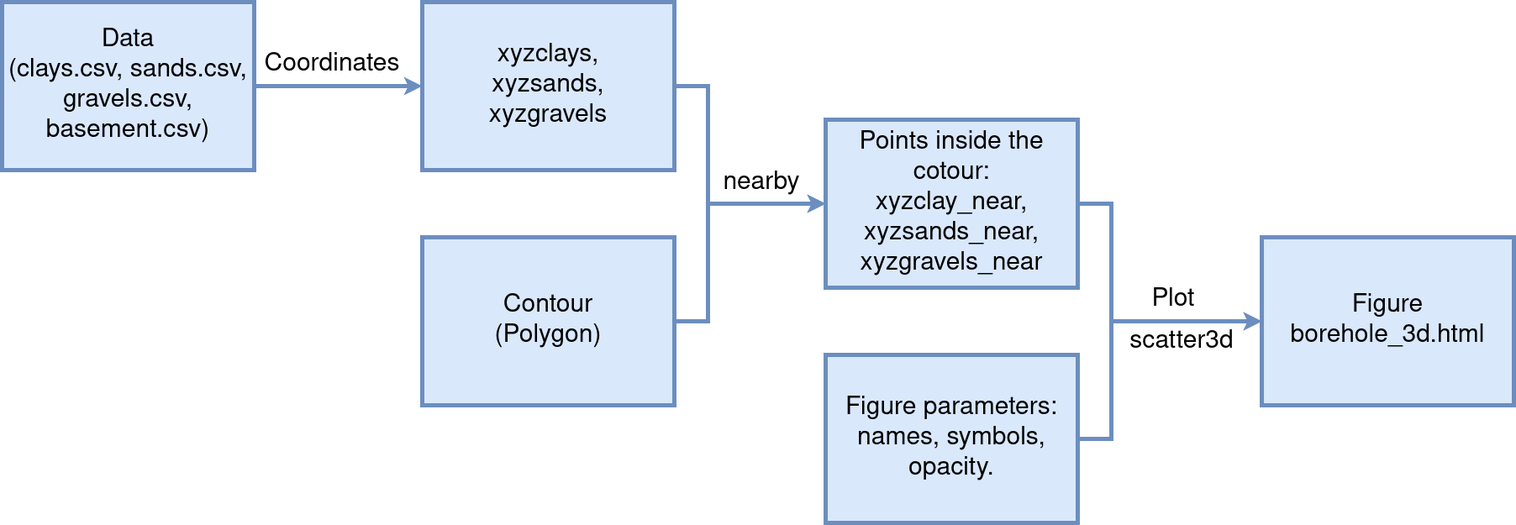
Before: diagrams/diagram_boreholes.drawio.png, a diagram exported from draw.io (dcabezas98/stratigraphic-3D-modelling). Source tidied: cells renumbered, new cells last; positions are measured from the earlier drawing's top-left corner, leaving out a move shared by most shapes.
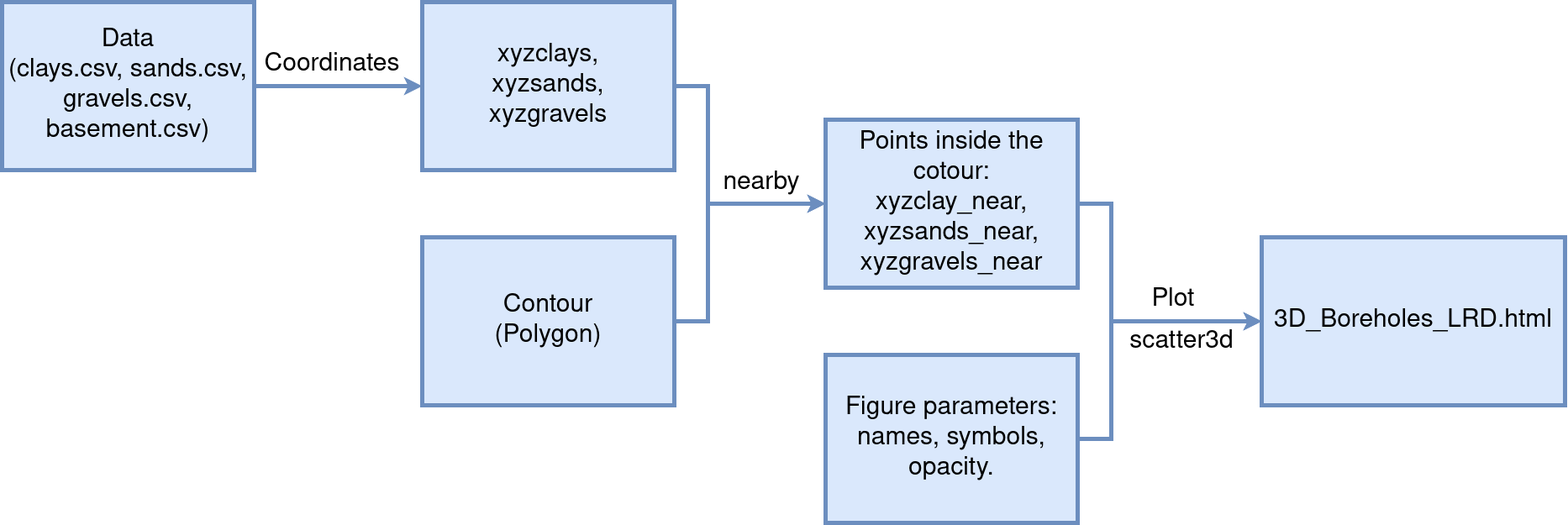
Above is the later version.

Commit message:
Output figure names changes

What changed in the source:
```diff
@@ -30,8 +30,8 @@
     <mxCell id="7" value="&lt;div style=&quot;font-size: 30px;&quot;&gt;Data&lt;/div&gt;&lt;div style=&quot;font-size: 30px;&quot;&gt;(clays.csv, sands.csv, gravels.csv, &lt;br&gt;&lt;/div&gt;&lt;div style=&quot;font-size: 30px;&quot;&gt;basement.csv)&lt;br style=&quot;font-size: 30px;&quot;&gt;&lt;/div&gt;" style="rounded=0;whiteSpace=wrap;html=1;fontSize=30;fillColor=#dae8fc;strokeColor=#6c8ebf;strokeWidth=5;" parent="1" vertex="1">
       <mxGeometry width="300" height="200" as="geometry" />
     </mxCell>
-    <mxCell id="8" value="Figure borehole_3d.html" style="rounded=0;whiteSpace=wrap;html=1;fontSize=30;fillColor=#dae8fc;strokeColor=#6c8ebf;strokeWidth=5;" parent="1" vertex="1">
-      <mxGeometry x="1499" y="280" width="300" height="200" as="geometry" />
+    <mxCell id="8" value="3D_Boreholes_LRD.html" style="rounded=0;whiteSpace=wrap;html=1;fontSize=30;fillColor=#dae8fc;strokeColor=#6c8ebf;strokeWidth=5;" parent="1" vertex="1">
+      <mxGeometry x="1499" y="280" width="361" height="200" as="geometry" />
     </mxCell>
     <mxCell id="9" style="edgeStyle=orthogonalEdgeStyle;rounded=0;jettySize=auto;html=1;exitX=1;exitY=0.5;exitDx=0;exitDy=0;entryX=0;entryY=0.5;entryDx=0;entryDy=0;fontSize=30;strokeWidth=5;fillColor=#dae8fc;strokeColor=#6c8ebf;" parent="1" edge="1" source="10" target="5">
       <mxGeometry relative="1" as="geometry">
```
